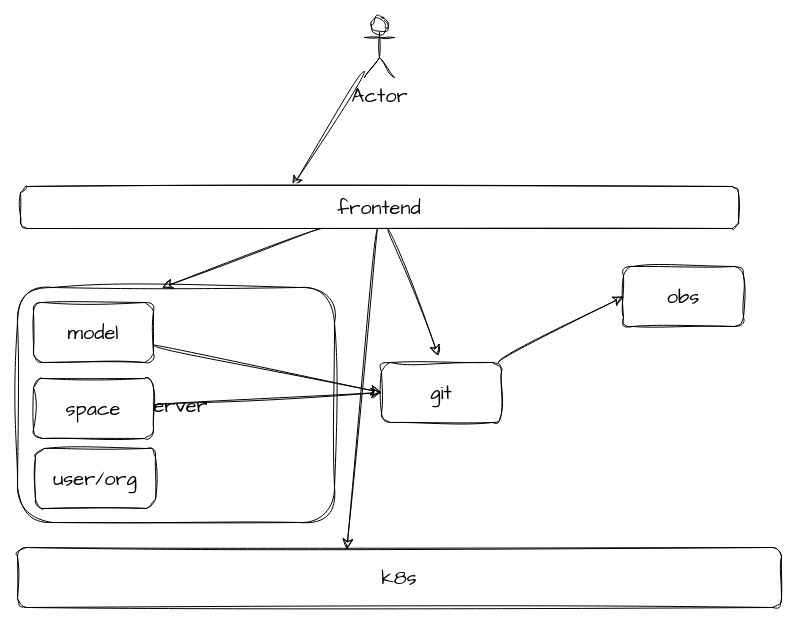
Earlier version of the draw.io diagram merlin-server.drawio (pkking/mydrawio). Source tidied: cells renumbered, new cells numbered last; positions are measured from the earlier drawing's top-left corner, leaving out a move shared by most shapes. Both pictures are drawn from the tidied source at 100%, with x=0, y=0 at pixel (17, 17).
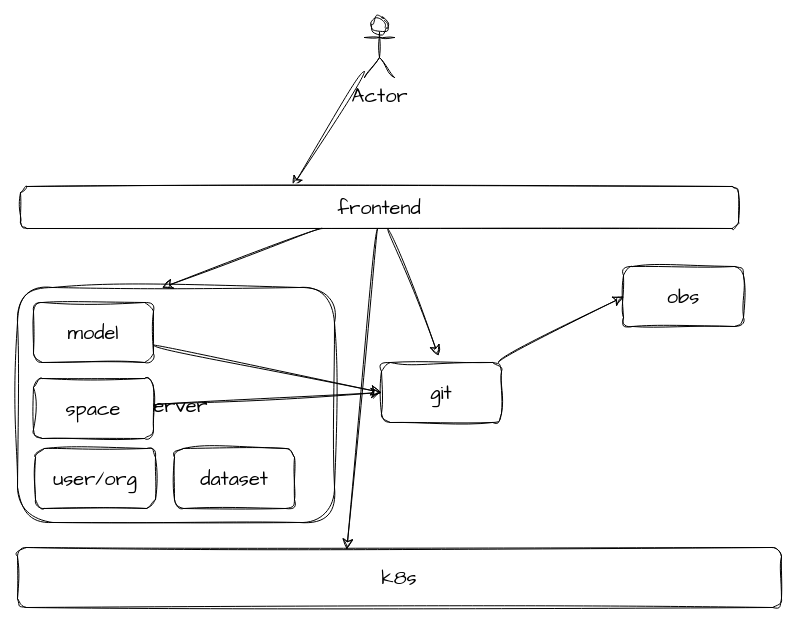
The same page after the edit.

Diff of the diagram source:
```diff
@@
 <mxGraphModel>
   <root>
     <mxCell id="0" />
     <mxCell id="1" parent="0" />
     <mxCell id="2" value="server" style="rounded=1;whiteSpace=wrap;html=1;sketch=1;hachureGap=4;jiggle=2;curveFitting=1;fontFamily=Architects Daughter;fontSize=20;" parent="1" vertex="1">
       <mxGeometry y="270" width="317" height="235" as="geometry" />
     </mxCell>
     <mxCell id="3" style="edgeStyle=none;curved=1;rounded=0;sketch=1;hachureGap=4;jiggle=2;curveFitting=1;jettySize=auto;html=1;entryX=0;entryY=0.5;entryDx=0;entryDy=0;fontFamily=Architects Daughter;fontSize=16;startSize=8;endSize=8;" parent="1" edge="1" source="4" target="6">
       <mxGeometry relative="1" as="geometry" />
     </mxCell>
     <mxCell id="4" value="model" style="rounded=1;whiteSpace=wrap;html=1;sketch=1;hachureGap=4;jiggle=2;curveFitting=1;fontFamily=Architects Daughter;fontSize=20;" parent="1" vertex="1">
       <mxGeometry x="16" y="285" width="120" height="60" as="geometry" />
     </mxCell>
     <mxCell id="5" style="edgeStyle=none;curved=1;rounded=0;sketch=1;hachureGap=4;jiggle=2;curveFitting=1;jettySize=auto;html=1;entryX=0;entryY=0.5;entryDx=0;entryDy=0;fontFamily=Architects Daughter;fontSize=16;startSize=8;endSize=8;" parent="1" edge="1" source="6" target="9">
       <mxGeometry relative="1" as="geometry" />
     </mxCell>
     <mxCell id="6" value="git" style="rounded=1;whiteSpace=wrap;html=1;sketch=1;hachureGap=4;jiggle=2;curveFitting=1;fontFamily=Architects Daughter;fontSize=20;" parent="1" vertex="1">
       <mxGeometry x="364" y="345" width="120" height="60" as="geometry" />
     </mxCell>
     <mxCell id="7" style="edgeStyle=none;curved=1;rounded=0;sketch=1;hachureGap=4;jiggle=2;curveFitting=1;jettySize=auto;html=1;entryX=0;entryY=0.5;entryDx=0;entryDy=0;fontFamily=Architects Daughter;fontSize=16;startSize=8;endSize=8;" parent="1" edge="1" source="8" target="6">
       <mxGeometry relative="1" as="geometry" />
     </mxCell>
     <mxCell id="8" value="space" style="rounded=1;whiteSpace=wrap;html=1;sketch=1;hachureGap=4;jiggle=2;curveFitting=1;fontFamily=Architects Daughter;fontSize=20;" parent="1" vertex="1">
       <mxGeometry x="16" y="361" width="120" height="60" as="geometry" />
     </mxCell>
     <mxCell id="9" value="obs" style="rounded=1;whiteSpace=wrap;html=1;sketch=1;hachureGap=4;jiggle=2;curveFitting=1;fontFamily=Architects Daughter;fontSize=20;" parent="1" vertex="1">
       <mxGeometry x="606" y="249" width="120" height="60" as="geometry" />
     </mxCell>
     <mxCell id="10" value="k8s" style="rounded=1;whiteSpace=wrap;html=1;sketch=1;hachureGap=4;jiggle=2;curveFitting=1;fontFamily=Architects Daughter;fontSize=20;" parent="1" vertex="1">
       <mxGeometry y="530" width="764" height="60" as="geometry" />
     </mxCell>
     <mxCell id="11" value="Actor" style="shape=umlActor;verticalLabelPosition=bottom;verticalAlign=top;html=1;outlineConnect=0;sketch=1;hachureGap=4;jiggle=2;curveFitting=1;fontFamily=Architects Daughter;fontSize=20;" parent="1" vertex="1">
       <mxGeometry x="347" width="30" height="60" as="geometry" />
     </mxCell>
     <mxCell id="12" style="edgeStyle=none;curved=1;rounded=0;sketch=1;hachureGap=4;jiggle=2;curveFitting=1;jettySize=auto;html=1;entryX=0.379;entryY=0;entryDx=0;entryDy=0;entryPerimeter=0;fontFamily=Architects Daughter;fontSize=16;startSize=8;endSize=8;" parent="1" edge="1" source="11" target="14">
       <mxGeometry relative="1" as="geometry" />
     </mxCell>
     <mxCell id="13" value="user/org" style="rounded=1;whiteSpace=wrap;html=1;sketch=1;hachureGap=4;jiggle=2;curveFitting=1;fontFamily=Architects Daughter;fontSize=20;" parent="1" vertex="1">
       <mxGeometry x="18" y="431" width="120" height="60" as="geometry" />
     </mxCell>
     <mxCell id="14" value="frontend" style="rounded=1;whiteSpace=wrap;html=1;sketch=1;hachureGap=4;jiggle=2;curveFitting=1;fontFamily=Architects Daughter;fontSize=20;" parent="1" vertex="1">
       <mxGeometry x="3" y="169" width="718" height="42" as="geometry" />
     </mxCell>
     <mxCell id="15" style="edgeStyle=none;curved=1;rounded=0;sketch=1;hachureGap=4;jiggle=2;curveFitting=1;jettySize=auto;html=1;entryX=0.457;entryY=0;entryDx=0;entryDy=0;entryPerimeter=0;fontFamily=Architects Daughter;fontSize=16;startSize=8;endSize=8;" parent="1" edge="1" source="14" target="2">
       <mxGeometry relative="1" as="geometry" />
     </mxCell>
     <mxCell id="16" style="edgeStyle=none;curved=1;rounded=0;sketch=1;hachureGap=4;jiggle=2;curveFitting=1;jettySize=auto;html=1;entryX=0.475;entryY=-0.117;entryDx=0;entryDy=0;entryPerimeter=0;fontFamily=Architects Daughter;fontSize=16;startSize=8;endSize=8;" parent="1" edge="1" source="14" target="6">
       <mxGeometry relative="1" as="geometry" />
     </mxCell>
     <mxCell id="17" style="edgeStyle=none;curved=1;rounded=0;sketch=1;hachureGap=4;jiggle=2;curveFitting=1;jettySize=auto;html=1;entryX=0.431;entryY=0.033;entryDx=0;entryDy=0;entryPerimeter=0;fontFamily=Architects Daughter;fontSize=16;startSize=8;endSize=8;" parent="1" edge="1" source="14" target="10">
       <mxGeometry relative="1" as="geometry" />
     </mxCell>
+    <mxCell id="18" value="dataset" style="rounded=1;whiteSpace=wrap;html=1;sketch=1;hachureGap=4;jiggle=2;curveFitting=1;fontFamily=Architects Daughter;fontSize=20;" parent="1" vertex="1">
+      <mxGeometry x="157" y="431" width="120" height="60" as="geometry" />
+    </mxCell>
   </root>
 </mxGraphModel>
```
